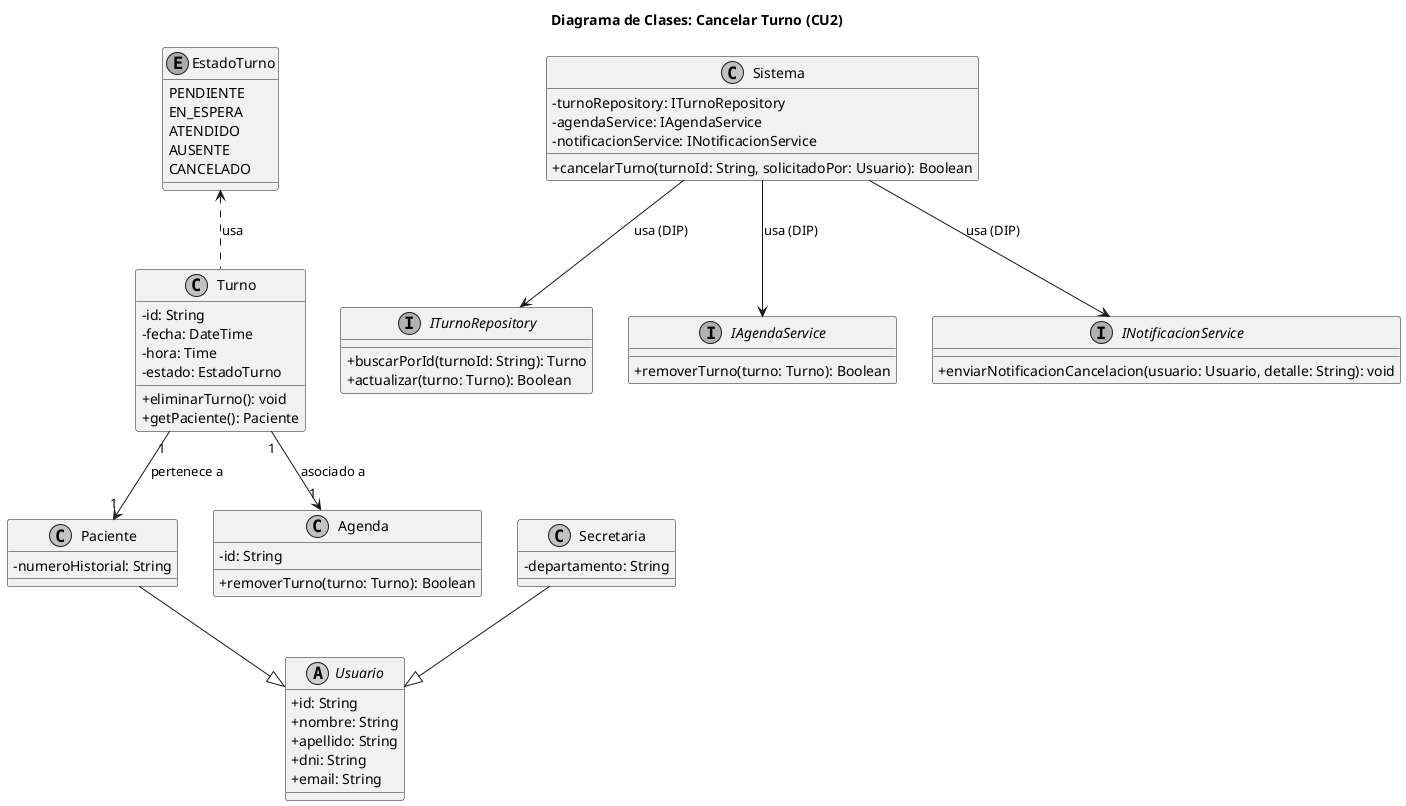
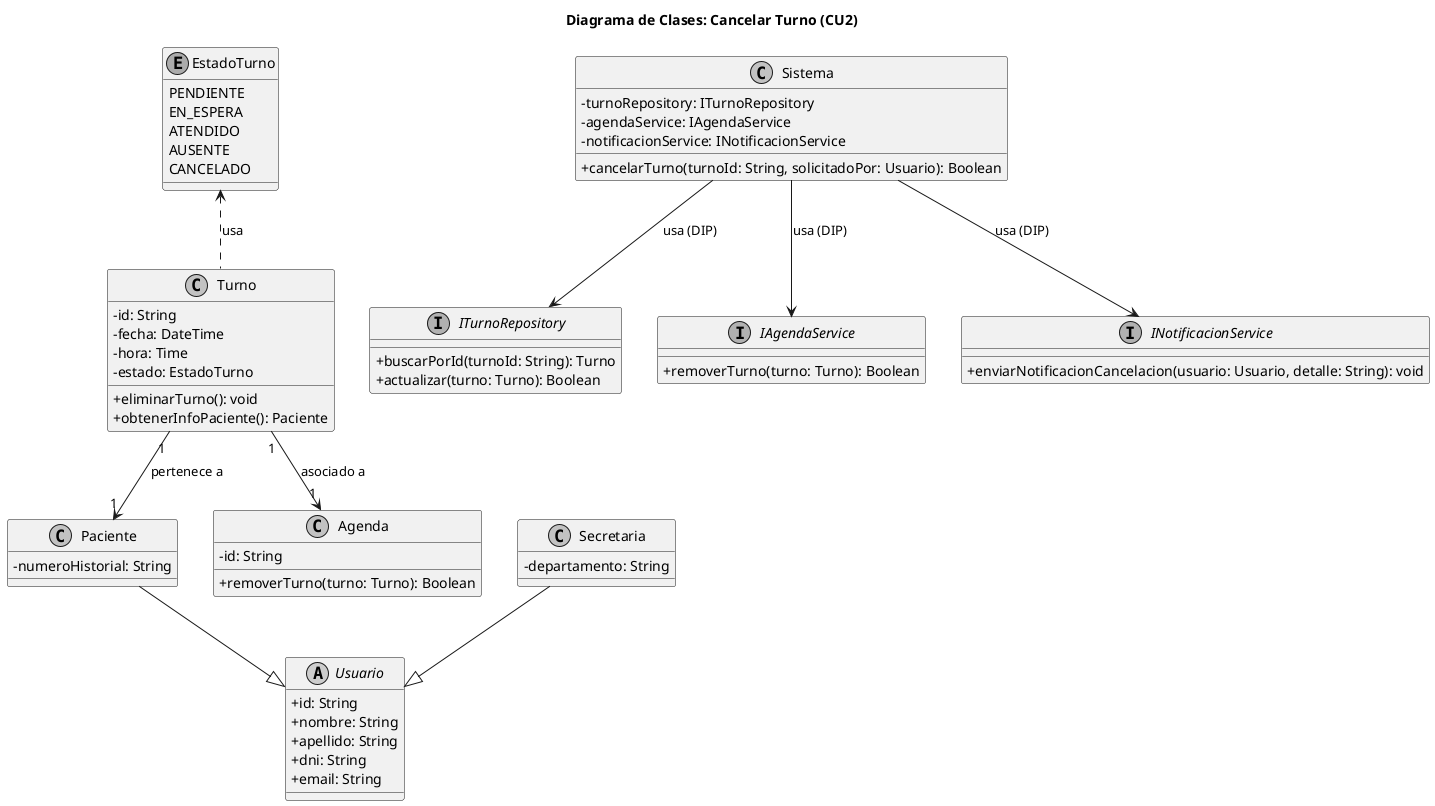
@startuml 02-clases-cancelar-turno-02
title Diagrama de Clases: Cancelar Turno (CU2)

skinparam classAttributeIconSize 0
skinparam monochrome true

abstract class Usuario {
    +id: String
    +nombre: String
    +apellido: String
    +dni: String
    +email: String
}

class Paciente {
    -numeroHistorial: String
}

class Secretaria {
    -departamento: String
}

class Turno {
    -id: String
    -fecha: DateTime
    -hora: Time
    -estado: EstadoTurno
    +eliminarTurno(): void
-     +getPaciente(): Paciente
+     +obtenerInfoPaciente(): Paciente
}

class Agenda {
    -id: String
    +removerTurno(turno: Turno): Boolean
}

enum EstadoTurno {
    PENDIENTE
    EN_ESPERA
    ATENDIDO
    AUSENTE
    CANCELADO
}

interface ITurnoRepository {
    +buscarPorId(turnoId: String): Turno
    +actualizar(turno: Turno): Boolean
}

interface IAgendaService {
    +removerTurno(turno: Turno): Boolean
}

interface INotificacionService {
    +enviarNotificacionCancelacion(usuario: Usuario, detalle: String): void
}

class Sistema {
    -turnoRepository: ITurnoRepository
    -agendaService: IAgendaService
    -notificacionService: INotificacionService
    +cancelarTurno(turnoId: String, solicitadoPor: Usuario): Boolean
}

Paciente --|> Usuario
Secretaria --|> Usuario
Turno "1" --> "1" Paciente : pertenece a
Turno "1" --> "1" Agenda : asociado a
Turno .up.> EstadoTurno : usa

Sistema --> ITurnoRepository : usa (DIP)
Sistema --> IAgendaService : usa (DIP)
Sistema --> INotificacionService : usa (DIP)

@enduml